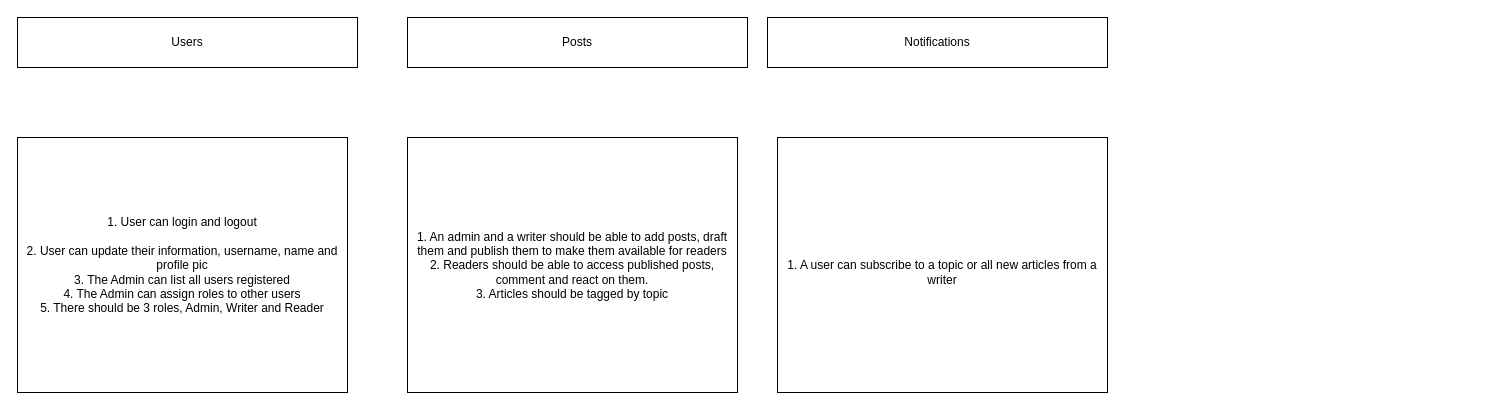
Earlier version of the draw.io diagram page "Features Roadmap" (3 of 3) of docs/System_Design.drawio (ChrisClaude/chris-claude-site). Source tidied: cells renumbered, new cells numbered last; positions are measured from the earlier drawing's top-left corner, leaving out a move shared by most shapes. Both pictures are drawn from the tidied source at 100%, with x=0, y=0 at pixel (17, 17).
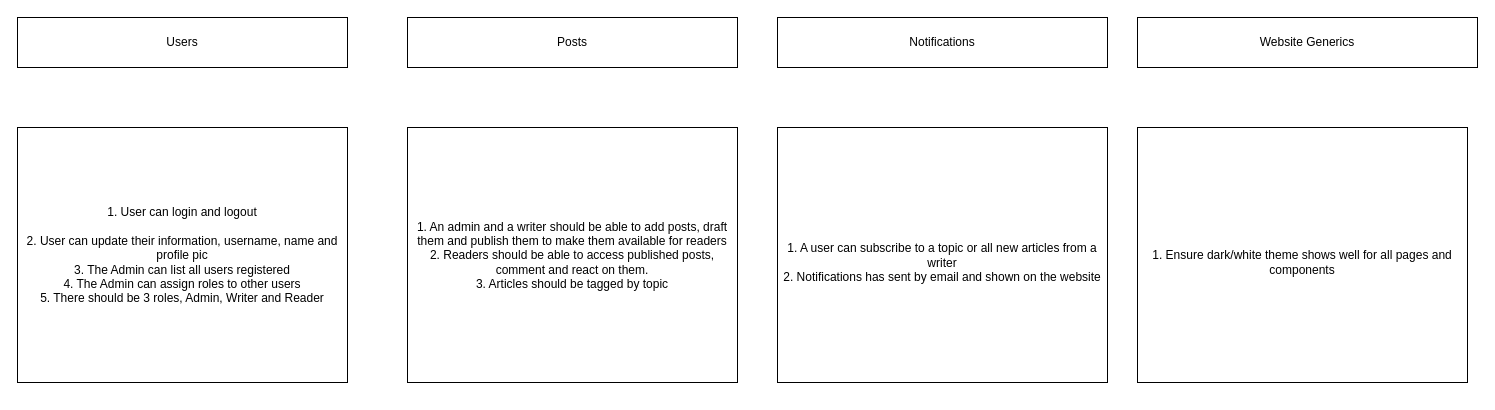
The same diagram, later.

Commit message (it also covers changes not shown here):
Add theme toggle and dark mode support

Diff of the diagram source:
```diff
@@
 <mxGraphModel>
   <root>
     <mxCell id="0" />
     <mxCell id="1" parent="0" />
     <mxCell id="2" value="Users" style="rounded=0;whiteSpace=wrap;html=1;" parent="1" vertex="1">
-      <mxGeometry width="340" height="50" as="geometry" />
+      <mxGeometry width="330" height="50" as="geometry" />
     </mxCell>
     <mxCell id="3" value="1. User can login and logout&lt;br&gt;&lt;br&gt;2. User can update their information, username, name and profile pic&lt;br&gt;3. The Admin can list all users registered&lt;br&gt;4. The Admin can assign roles to other users&lt;br&gt;5. There should be 3 roles, Admin, Writer and Reader" style="rounded=0;whiteSpace=wrap;html=1;" parent="1" vertex="1">
-      <mxGeometry y="120" width="330" height="255" as="geometry" />
+      <mxGeometry y="110" width="330" height="255" as="geometry" />
     </mxCell>
     <mxCell id="4" value="Posts" style="rounded=0;whiteSpace=wrap;html=1;" parent="1" vertex="1">
-      <mxGeometry x="390" width="340" height="50" as="geometry" />
+      <mxGeometry x="390" width="330" height="50" as="geometry" />
     </mxCell>
     <mxCell id="5" value="1. An admin and a writer should be able to add posts, draft them and publish them to make them available for readers&lt;br&gt;2. Readers should be able to access published posts, comment and react on them.&lt;br&gt;3. Articles should be tagged by topic" style="rounded=0;whiteSpace=wrap;html=1;" parent="1" vertex="1">
-      <mxGeometry x="390" y="120" width="330" height="255" as="geometry" />
+      <mxGeometry x="390" y="110" width="330" height="255" as="geometry" />
     </mxCell>
     <mxCell id="6" value="Notifications" style="rounded=0;whiteSpace=wrap;html=1;" parent="1" vertex="1">
-      <mxGeometry x="750" width="340" height="50" as="geometry" />
+      <mxGeometry x="760" width="330" height="50" as="geometry" />
     </mxCell>
-    <mxCell id="7" value="&lt;br&gt;1. A user can subscribe to a topic or all new articles from a writer" style="rounded=0;whiteSpace=wrap;html=1;" parent="1" vertex="1">
-      <mxGeometry x="760" y="120" width="330" height="255" as="geometry" />
+    <mxCell id="7" value="&lt;br&gt;1. A user can subscribe to a topic or all new articles from a writer&lt;br&gt;2. Notifications has sent by email and shown on the website" style="rounded=0;whiteSpace=wrap;html=1;" parent="1" vertex="1">
+      <mxGeometry x="760" y="110" width="330" height="255" as="geometry" />
     </mxCell>
+    <mxCell id="8" value="Website Generics" style="rounded=0;whiteSpace=wrap;html=1;" parent="1" vertex="1">
+      <mxGeometry x="1120" width="340" height="50" as="geometry" />
+    </mxCell>
+    <mxCell id="9" value="&lt;br&gt;1. Ensure dark/white theme shows well for all pages and components" style="rounded=0;whiteSpace=wrap;html=1;" parent="1" vertex="1">
+      <mxGeometry x="1120" y="110" width="330" height="255" as="geometry" />
+    </mxCell>
   </root>
 </mxGraphModel>
```
